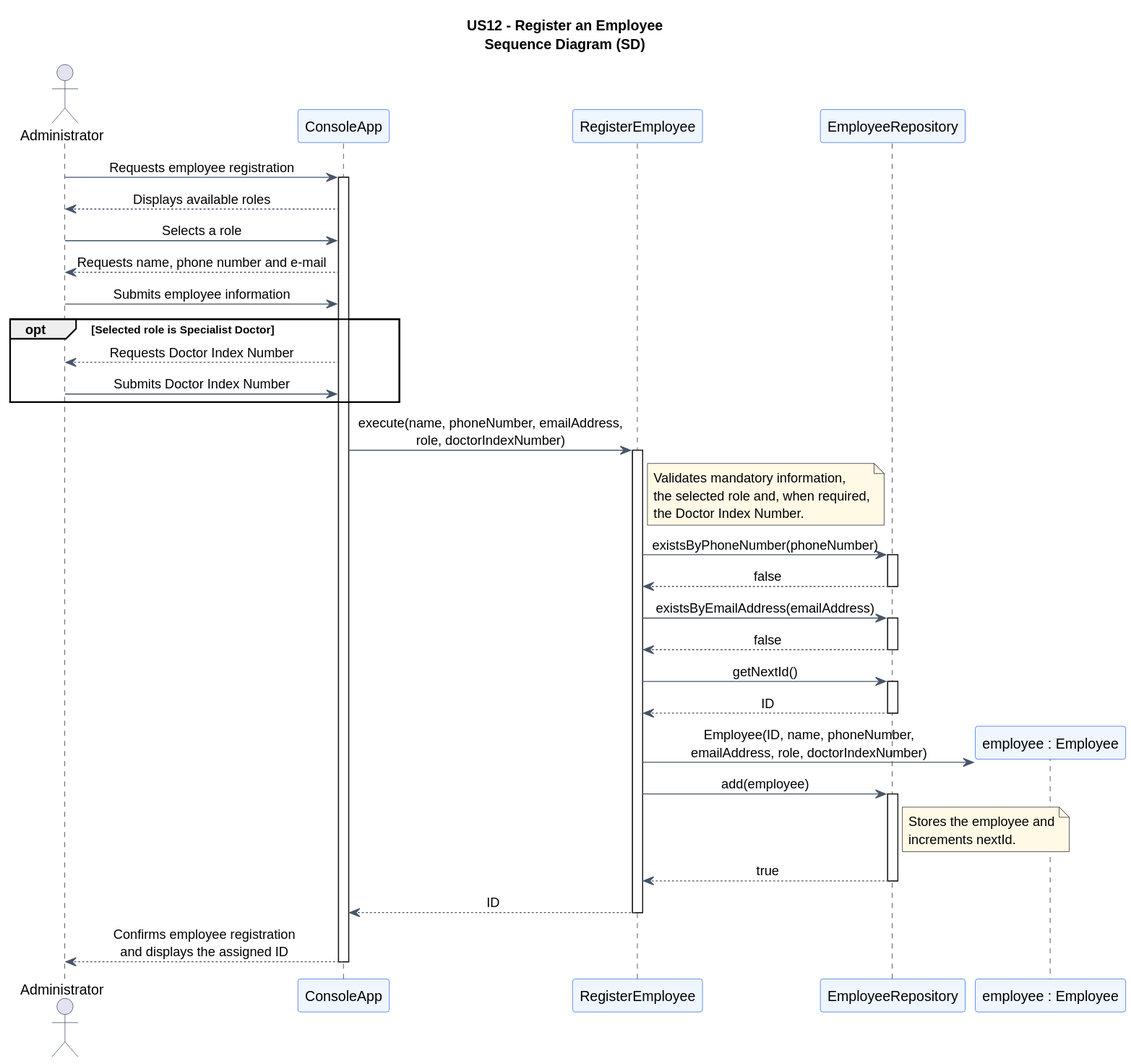
jmaia574/leti-esoft-26-27-B6 keeps this PlantUML diagram as docs/system-documentation/US12/svg/US12-SD.svg. Above is the earlier version.
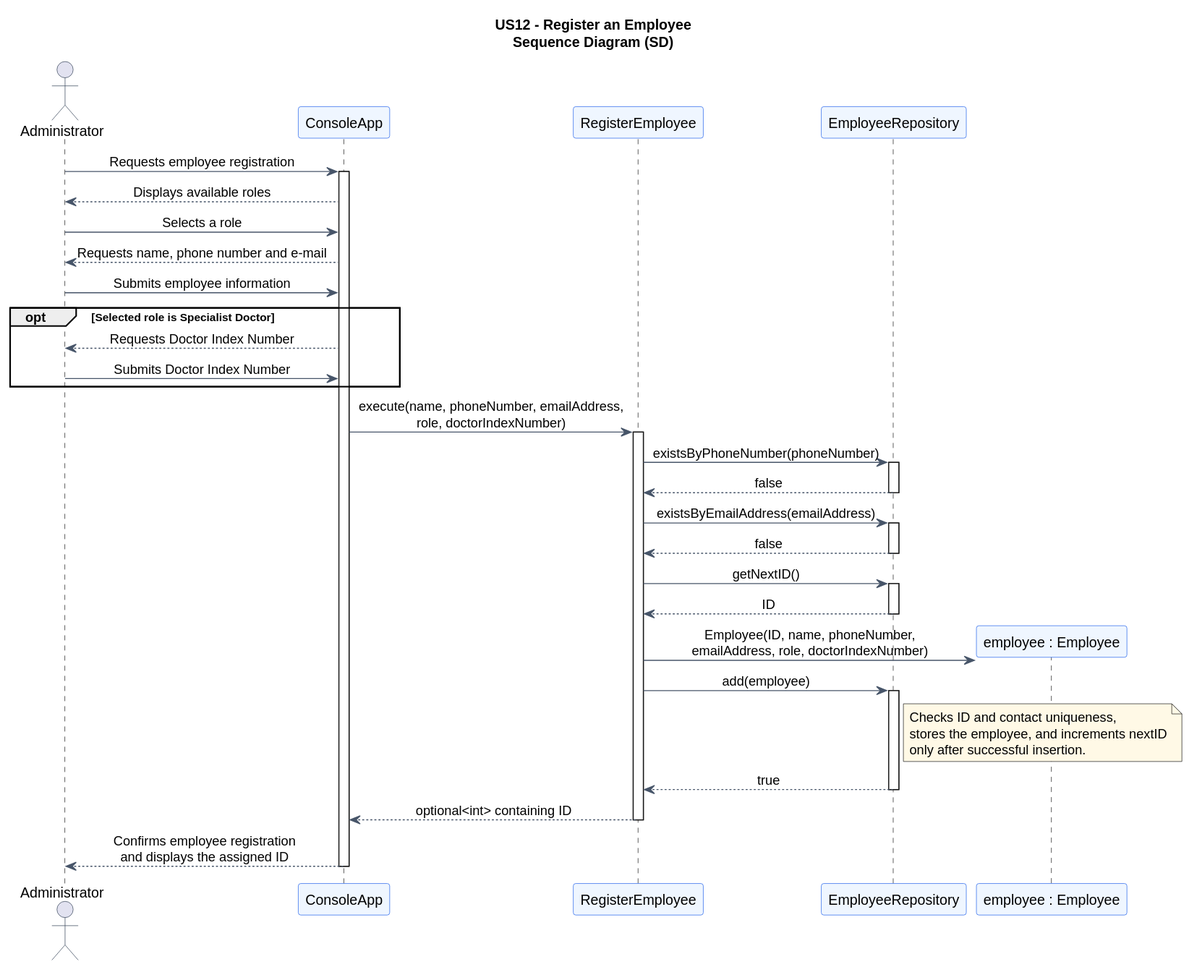
After the commit.

The edit, as a diff of the source:
```diff
@@ -16,6 +16,7 @@
 participant "RegisterEmployee" as Service
 participant "EmployeeRepository" as Repository
 
+
 Admin -> UI : Requests employee registration
 activate UI
 
@@ -33,12 +34,6 @@
 UI -> Service : execute(name, phoneNumber, emailAddress,\nrole, doctorIndexNumber)
 activate Service
 
-note right of Service
-Validates mandatory information,
-the selected role and, when required,
-the Doctor Index Number.
-end note
-
 Service -> Repository : existsByPhoneNumber(phoneNumber)
 activate Repository
 Repository --> Service : false
@@ -49,7 +44,7 @@
 Repository --> Service : false
 deactivate Repository
 
-Service -> Repository : getNextId()
+Service -> Repository : getNextID()
 activate Repository
 Repository --> Service : ID
 deactivate Repository
@@ -61,14 +56,15 @@
 activate Repository
 
 note right of Repository
-Stores the employee and
-increments nextId.
+Checks ID and contact uniqueness,
+stores the employee, and increments nextID
+only after successful insertion.
 end note
 
 Repository --> Service : true
 deactivate Repository
 
-Service --> UI : ID
+Service --> UI : optional<int> containing ID
 deactivate Service
 
 UI --> Admin : Confirms employee registration\nand displays the assigned ID
```
